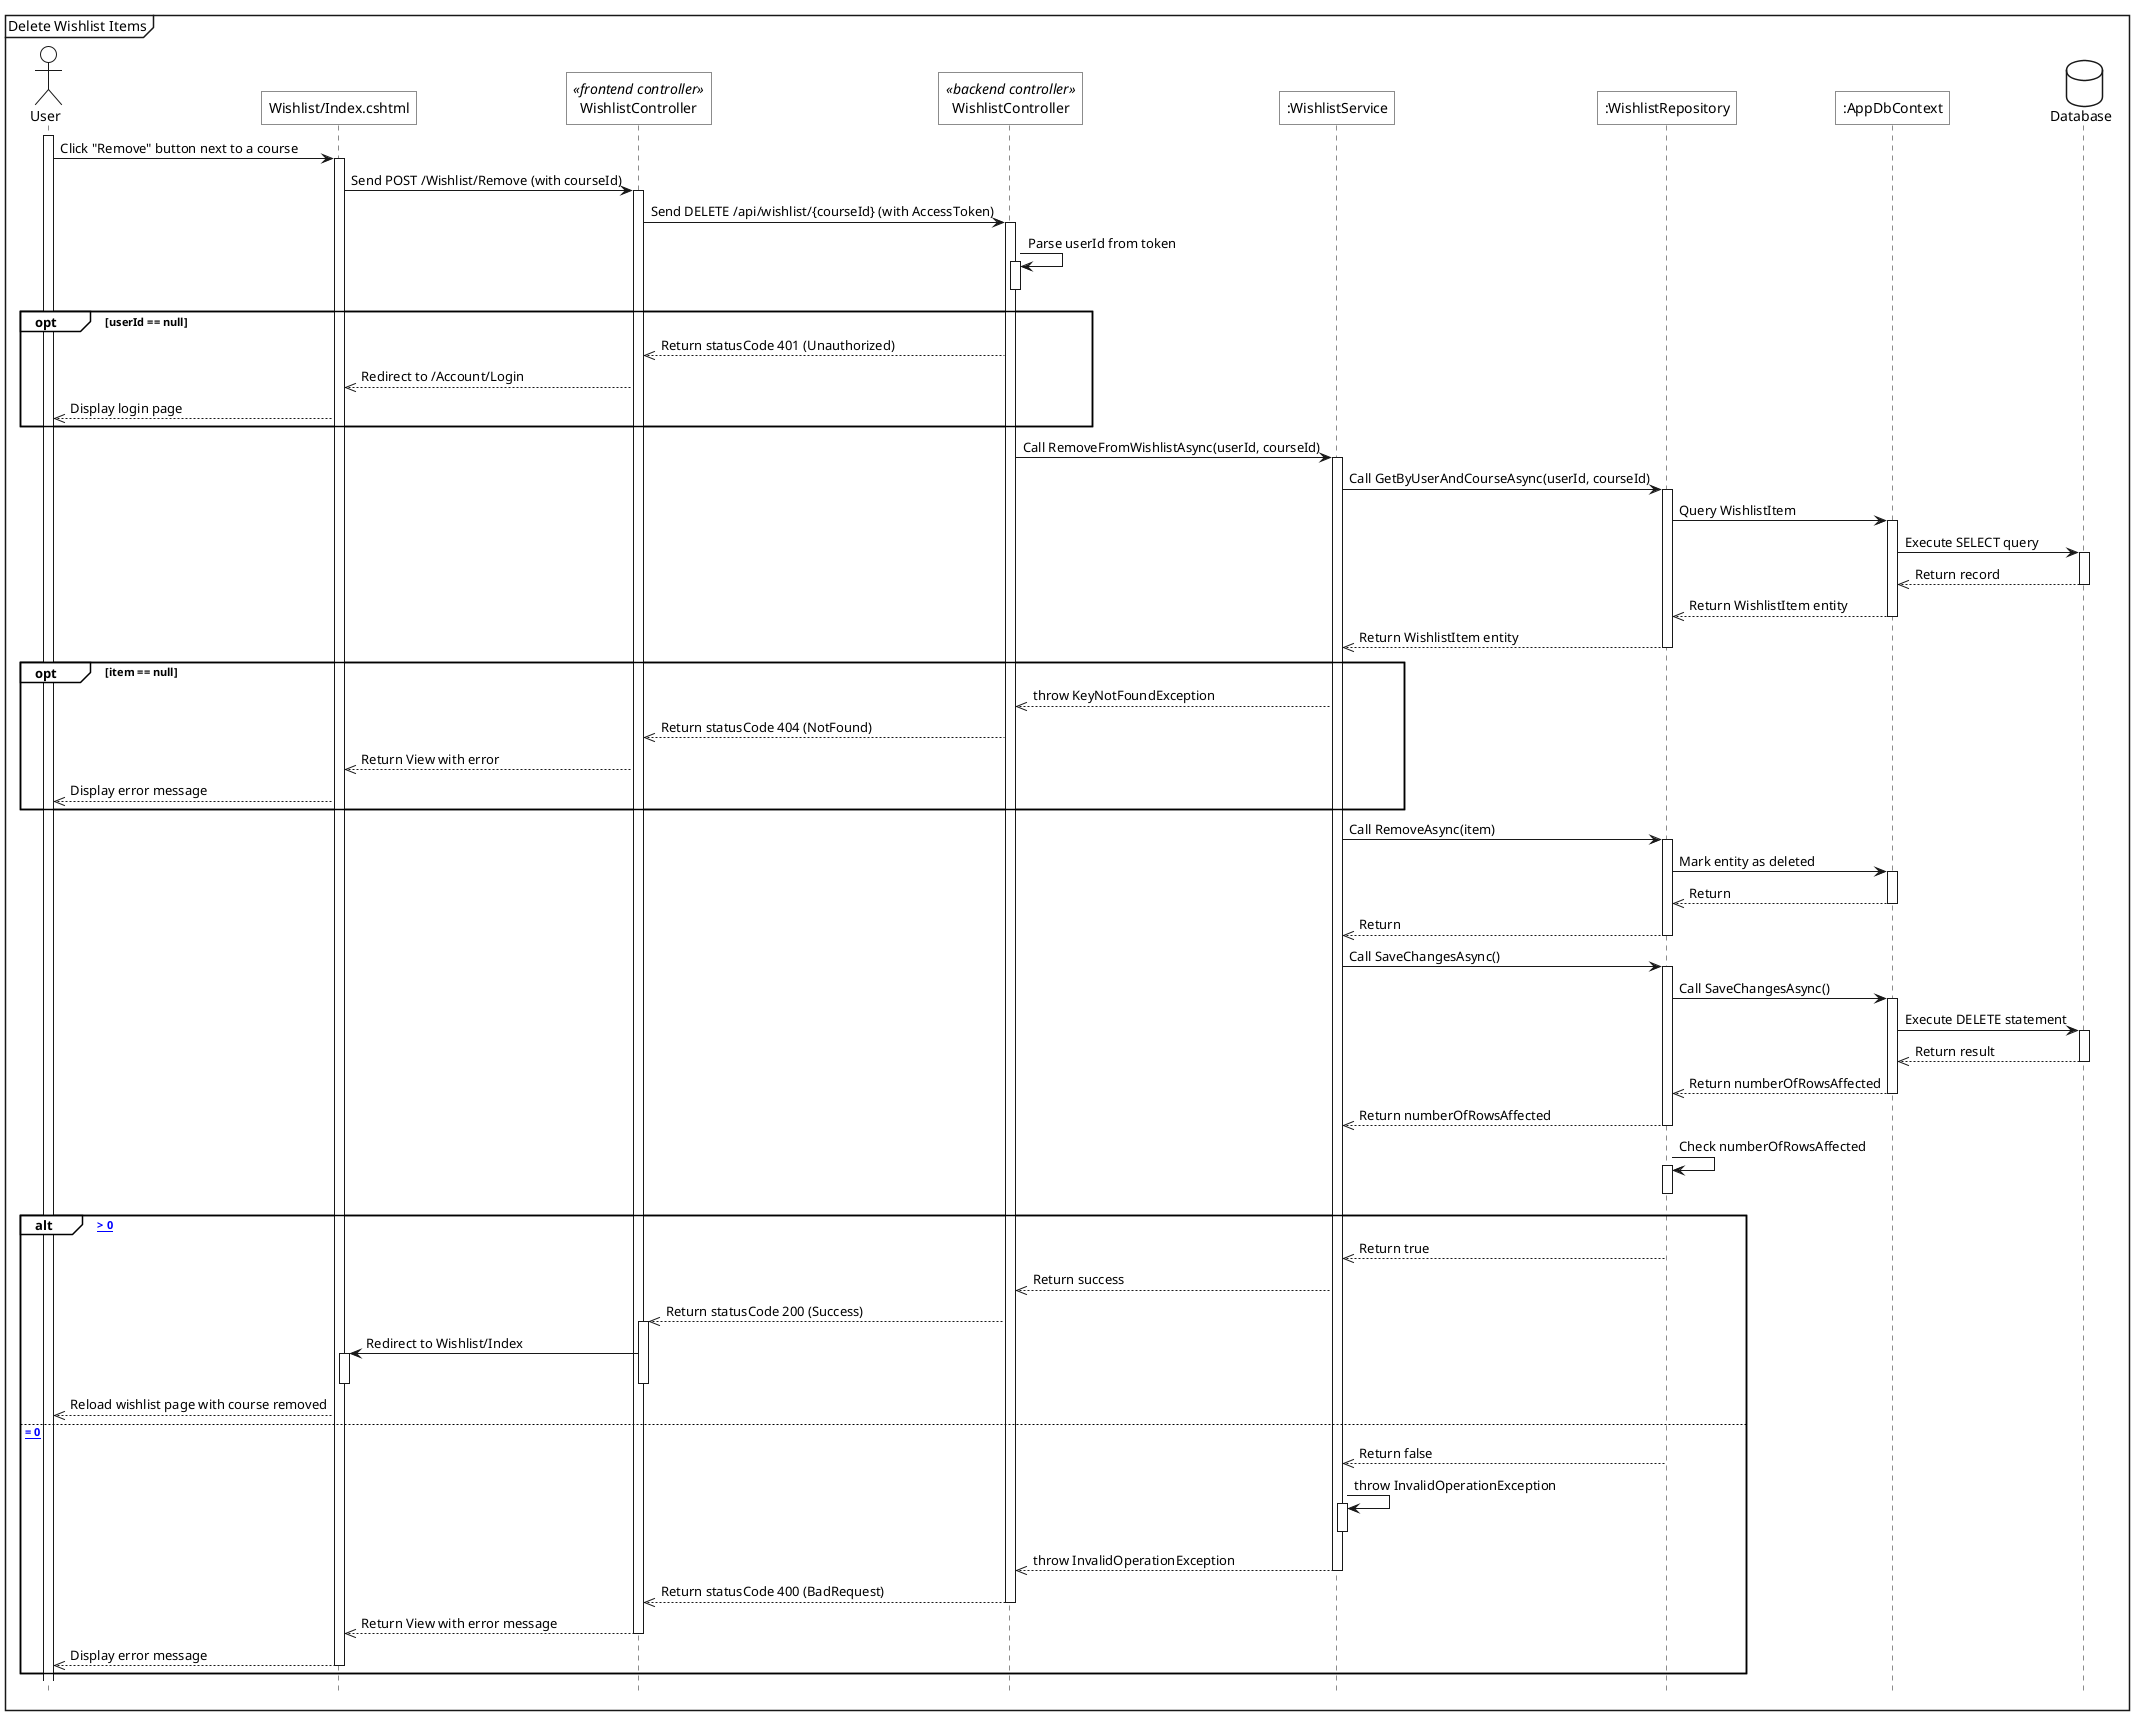
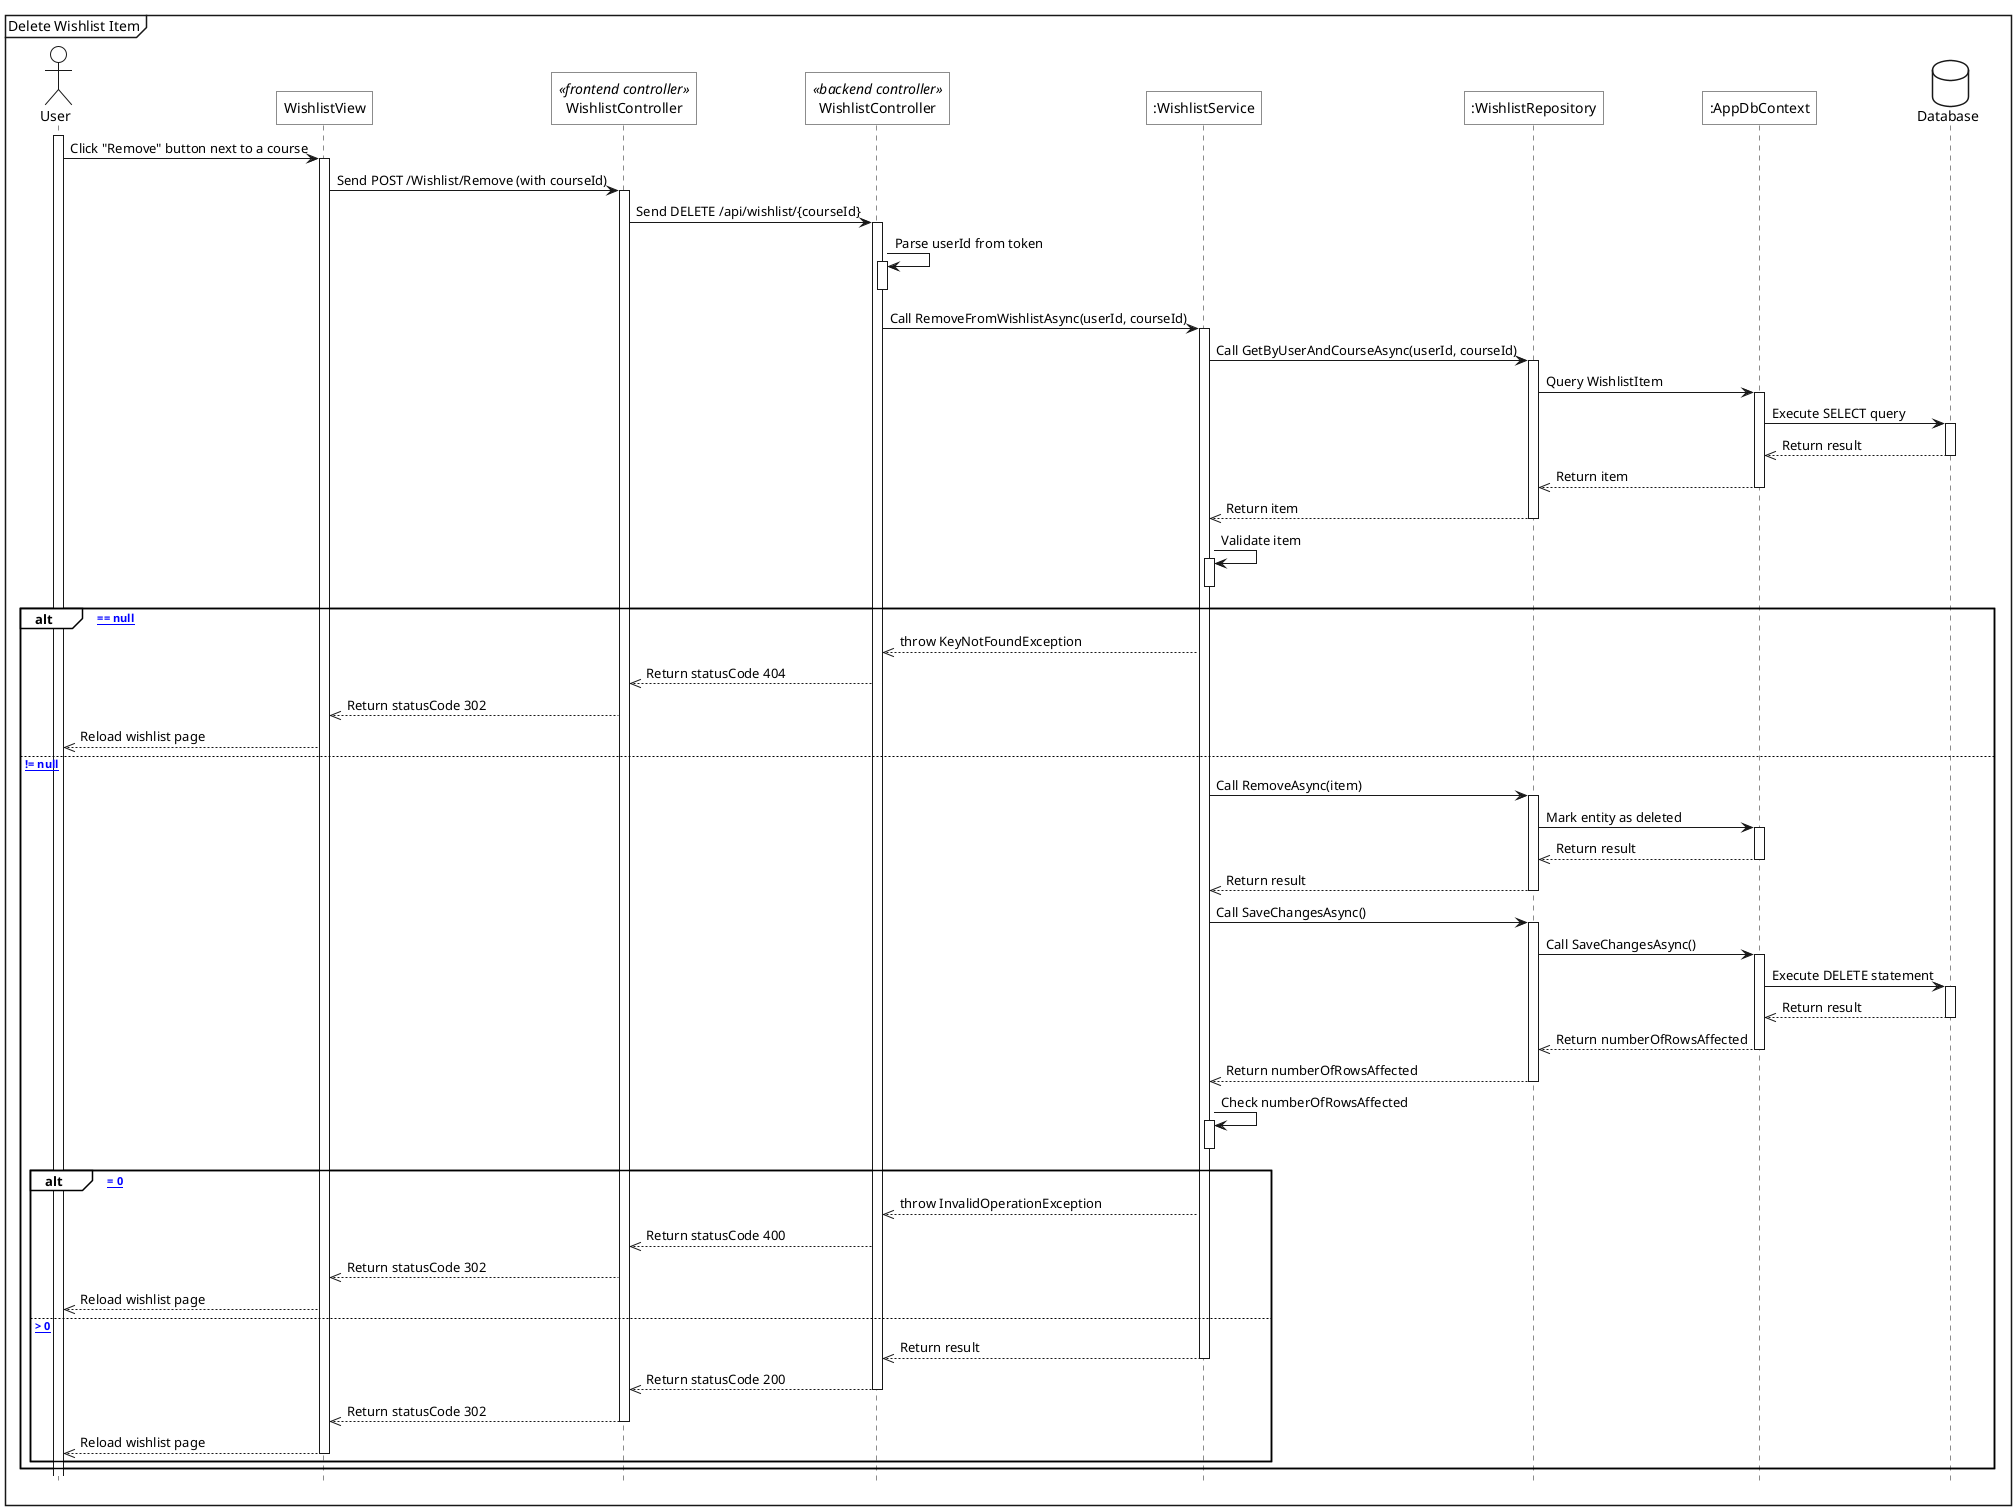
@startuml
<style>
    sequenceDiagram{
        actor{
            BackgroundColor white
            LineThickness 1.0
        }
        participant{
            BackgroundColor white
            RoundCorner 0
        }
        database{
            BackgroundColor white
        }
        groupHeader{
            BackgroundColor white
        }
        referenceHeader{
            BackgroundColor white
        }
        reference{
            BackgroundColor white
        }
    }
</style>

hide footbox

- mainframe Delete Wishlist Items
+ mainframe Delete Wishlist Item
actor User as act

- participant "Wishlist/Index.cshtml" as view
+ participant "WishlistView" as view
participant "WishlistController" as fe_ctrl <<frontend controller>>
participant "WishlistController" as be_ctrl <<backend controller>>
participant ":WishlistService" as sv
- participant ":WishlistRepository" as repo
+ participant ":WishlistRepository" as w_repo
participant ":AppDbContext" as ctx
database Database as db

act++
act->view++: Click "Remove" button next to a course
view->fe_ctrl++: Send POST /Wishlist/Remove (with courseId)

- fe_ctrl->be_ctrl++: Send DELETE /api/wishlist/{courseId} (with AccessToken)
+ fe_ctrl->be_ctrl++: Send DELETE /api/wishlist/{courseId}

be_ctrl->be_ctrl++: Parse userId from token
be_ctrl--

- group opt [userId == null]
-     be_ctrl-->>fe_ctrl: Return statusCode 401 (Unauthorized)
-     fe_ctrl-->>view: Redirect to /Account/Login
-     view-->>act: Display login page
- end
- 
be_ctrl->sv++: Call RemoveFromWishlistAsync(userId, courseId)

- sv->repo++: Call GetByUserAndCourseAsync(userId, courseId)
- repo->ctx++: Query WishlistItem
+ sv->w_repo++: Call GetByUserAndCourseAsync(userId, courseId)
+ w_repo->ctx++: Query WishlistItem
ctx->db++: Execute SELECT query
- db-->>ctx--: Return record
- ctx-->>repo--: Return WishlistItem entity
- repo-->>sv--: Return WishlistItem entity
+ db-->>ctx--: Return result
+ ctx-->>w_repo--: Return item
+ w_repo-->>sv--: Return item

- group opt [item == null]
+ sv->sv++: Validate item
+ sv--
+ 
+ alt [item == null]
    sv-->>be_ctrl: throw KeyNotFoundException
-     be_ctrl-->>fe_ctrl: Return statusCode 404 (NotFound)
-     fe_ctrl-->>view: Return View with error
-     view-->>act: Display error message
- end
+     be_ctrl-->>fe_ctrl: Return statusCode 404
+     fe_ctrl-->>view: Return statusCode 302
+     view-->>act: Reload wishlist page
+ else [item != null]
+     sv->w_repo++: Call RemoveAsync(item)
+     w_repo->ctx++: Mark entity as deleted
+     ctx-->>w_repo--: Return result
+     w_repo-->>sv--: Return result

- sv->repo++: Call RemoveAsync(item)
- repo->ctx++: Mark entity as deleted
- ctx-->>repo--: Return
- repo-->>sv--: Return
+     sv->w_repo++: Call SaveChangesAsync()
+     w_repo->ctx++: Call SaveChangesAsync()
+     ctx->db++: Execute DELETE statement
+     db-->>ctx--: Return result
+     ctx-->>w_repo--: Return numberOfRowsAffected
+     w_repo-->>sv--: Return numberOfRowsAffected

- sv->repo++: Call SaveChangesAsync()
- repo->ctx++: Call SaveChangesAsync()
- ctx->db++: Execute DELETE statement
- db-->>ctx--: Return result
- ctx-->>repo--: Return numberOfRowsAffected
- repo-->>sv--: Return numberOfRowsAffected
+     sv->sv++: Check numberOfRowsAffected
+     sv--

- repo->repo++: Check numberOfRowsAffected
- repo--
- 
- alt [numberOfRowsAffected > 0]
-     repo-->>sv: Return true
-     sv-->>be_ctrl: Return success
-     be_ctrl-->>fe_ctrl++: Return statusCode 200 (Success)
- 
-     fe_ctrl -> view++: Redirect to Wishlist/Index
-     deactivate fe_ctrl
-     deactivate view
-     view-->>act: Reload wishlist page with course removed
- else [numberOfRowsAffected = 0]
-     repo-->>sv--: Return false
-     sv->sv++: throw InvalidOperationException
-     sv--
-     sv-->>be_ctrl--: throw InvalidOperationException
-     be_ctrl-->>fe_ctrl--: Return statusCode 400 (BadRequest)
-     fe_ctrl-->>view--: Return View with error message
-     view-->>act--: Display error message
+     alt [numberOfRowsAffected = 0]
+         sv-->>be_ctrl: throw InvalidOperationException
+         be_ctrl-->>fe_ctrl: Return statusCode 400
+         fe_ctrl-->>view: Return statusCode 302
+         view-->>act: Reload wishlist page
+     else [numberOfRowsAffected > 0]
+         sv-->>be_ctrl--: Return result
+         be_ctrl-->>fe_ctrl--: Return statusCode 200
+         fe_ctrl-->>view--: Return statusCode 302
+         view-->>act--: Reload wishlist page
+     end
end
@enduml
